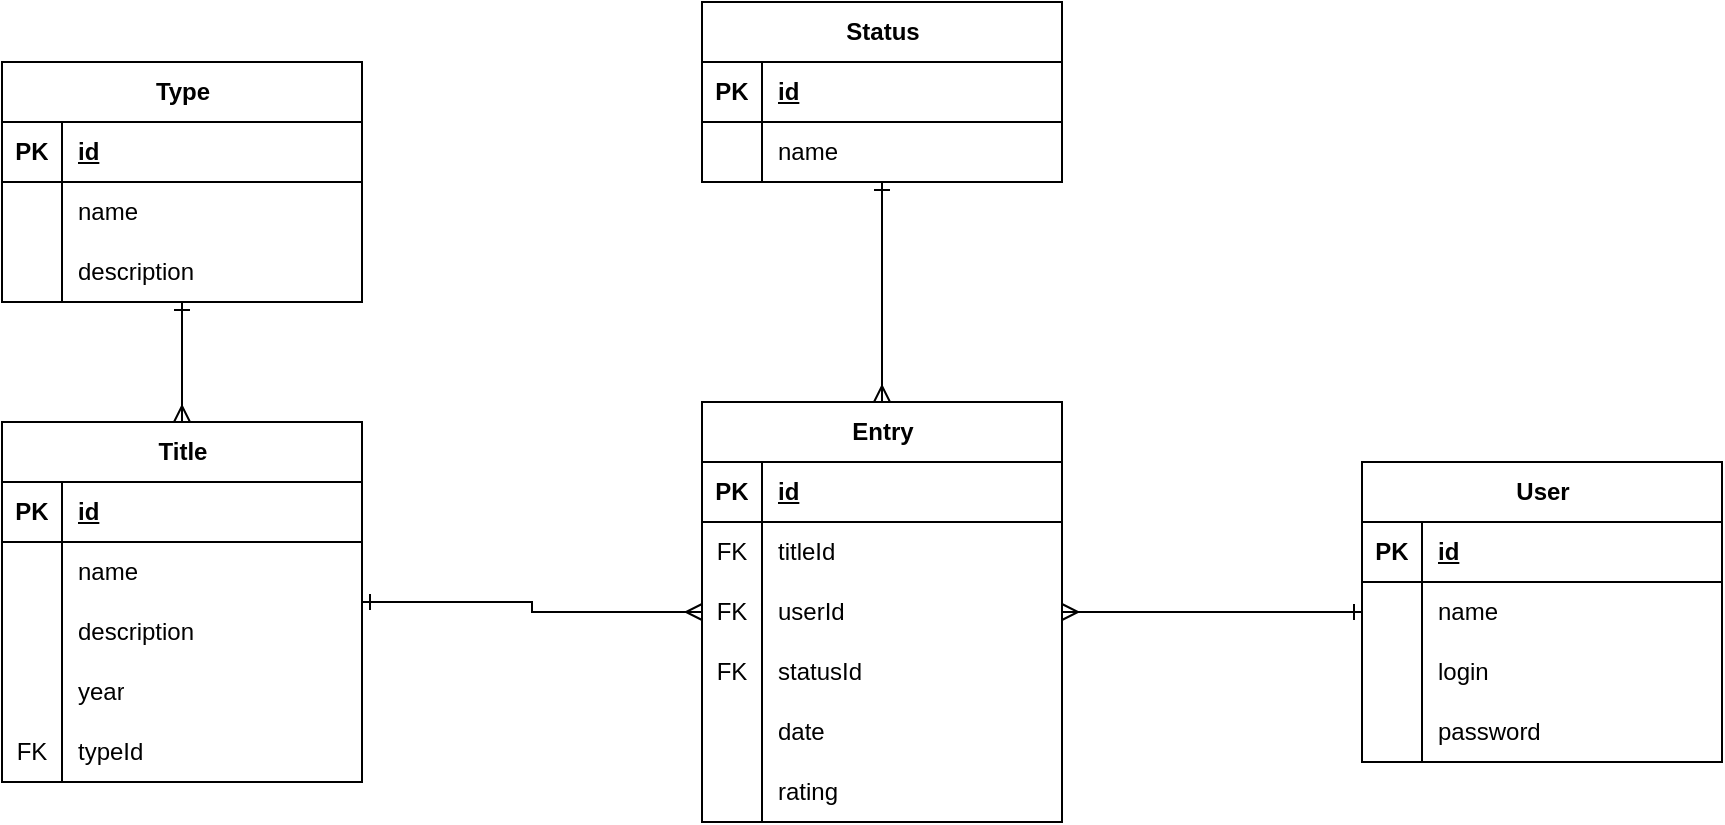
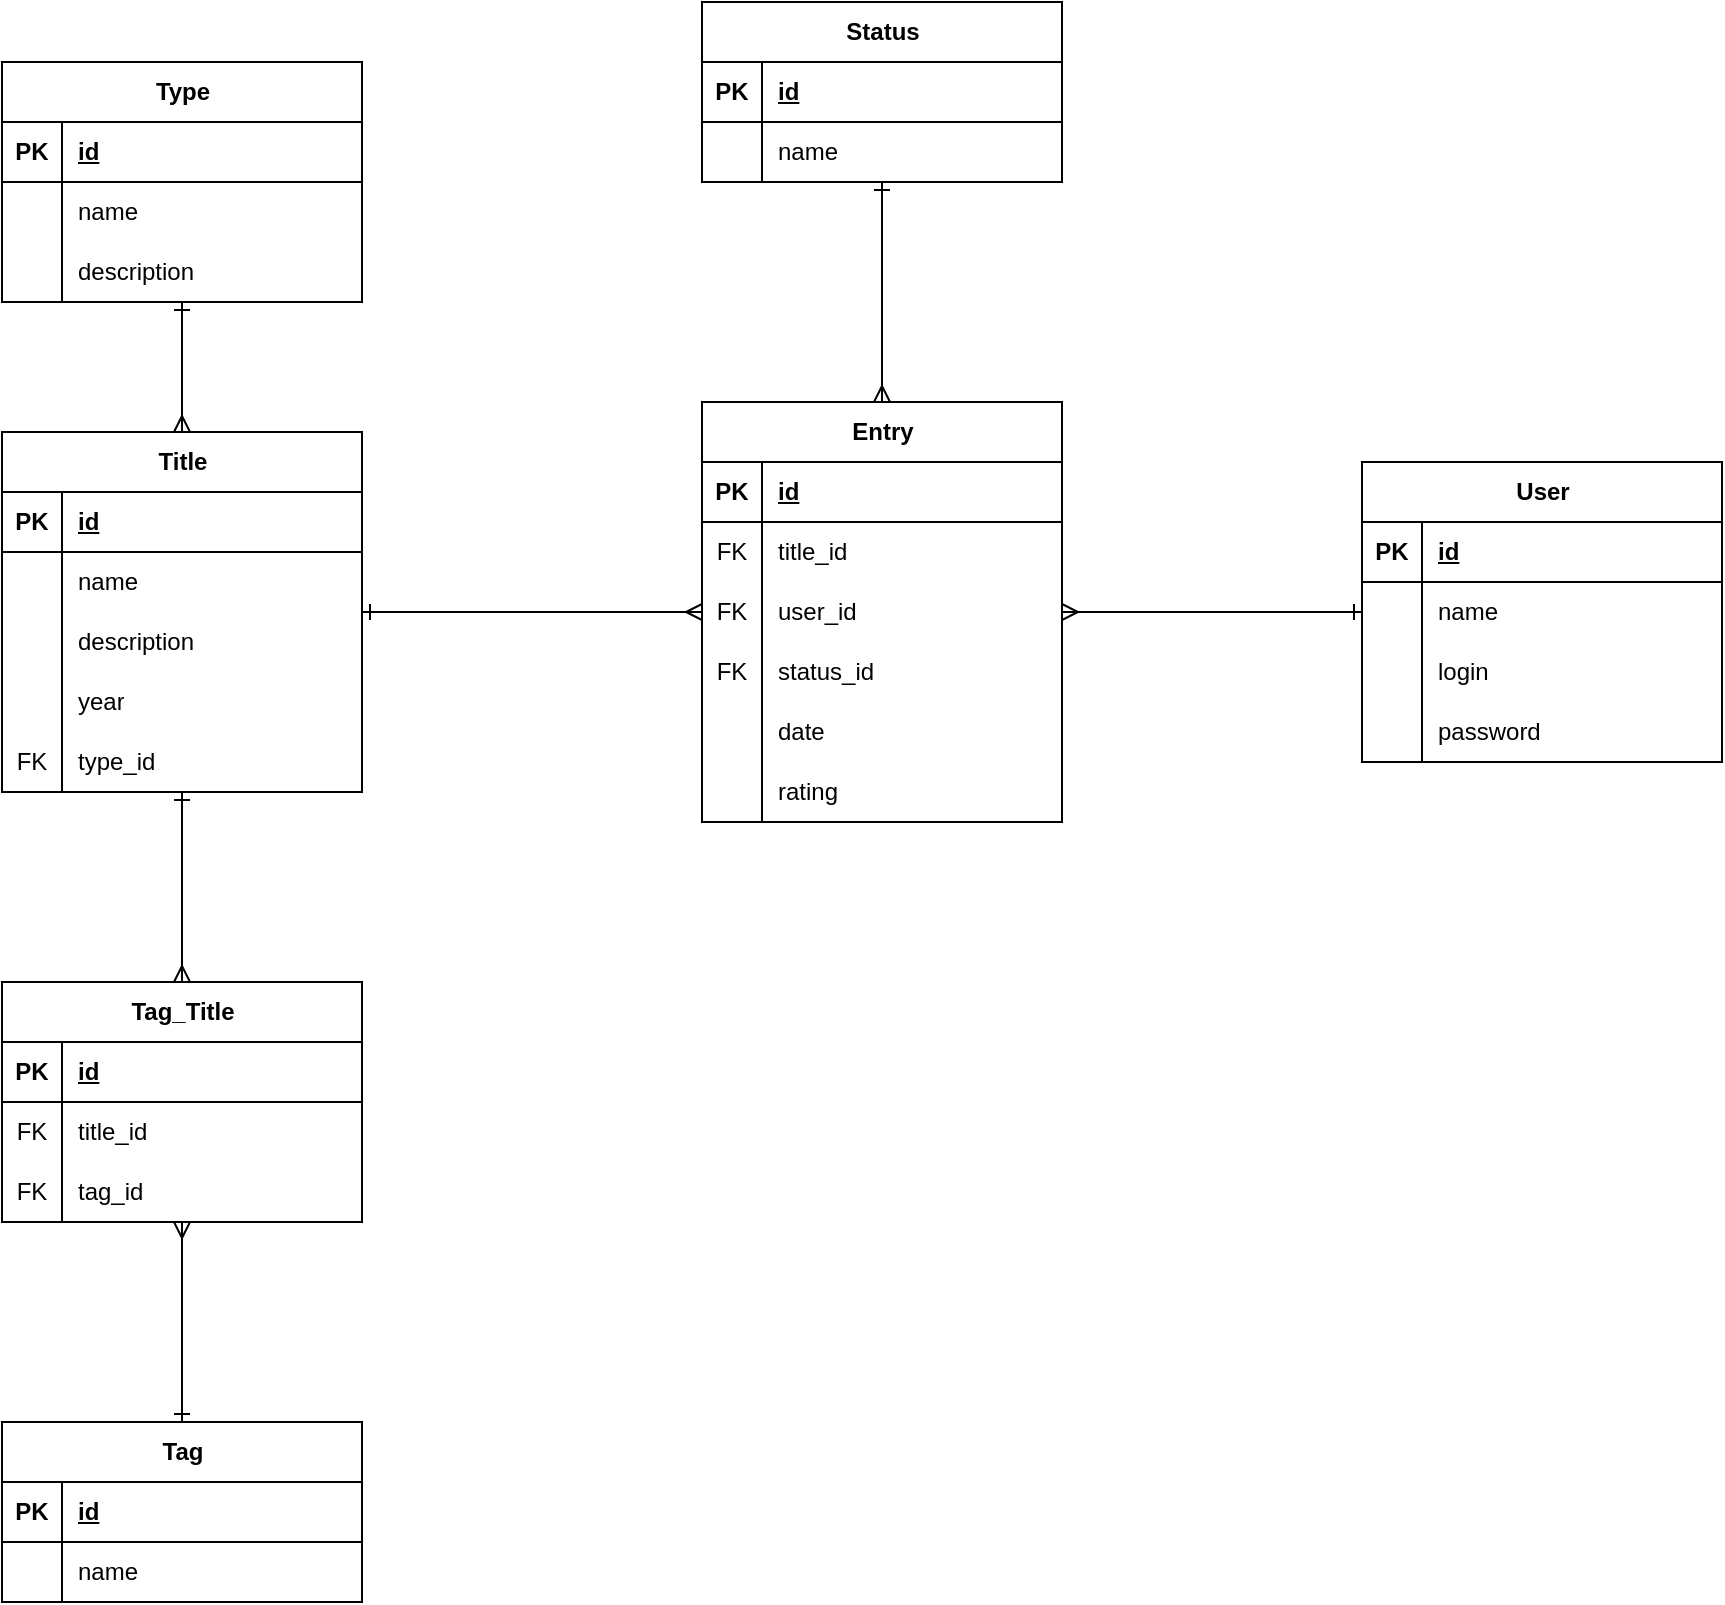
<mxfile host="Electron">
  <diagram name="Page-1" id="UIAP0Rb6fy2qAwrK1eh9">
    <mxGraphModel dx="1414" dy="838" grid="1" gridSize="10" guides="1" tooltips="1" connect="1" arrows="1" fold="1" page="1" pageScale="1" pageWidth="1600" pageHeight="900" math="0" shadow="0">
      <root>
        <mxCell id="0" />
        <mxCell id="1" parent="0" />
        <mxCell id="jYiKfdRUw1l_-2MJucJx-72" edge="1" parent="1" source="jYiKfdRUw1l_-2MJucJx-5" style="edgeStyle=orthogonalEdgeStyle;rounded=0;orthogonalLoop=1;jettySize=auto;html=1;entryX=0;entryY=0.5;entryDx=0;entryDy=0;endArrow=ERmany;endFill=0;startArrow=ERone;startFill=0;" target="jYiKfdRUw1l_-2MJucJx-63">
          <mxGeometry relative="1" as="geometry" />
        </mxCell>
+         <mxCell id="jYiKfdRUw1l_-2MJucJx-118" edge="1" parent="1" source="jYiKfdRUw1l_-2MJucJx-5" style="edgeStyle=orthogonalEdgeStyle;rounded=0;orthogonalLoop=1;jettySize=auto;html=1;entryX=0.5;entryY=0;entryDx=0;entryDy=0;startArrow=ERone;startFill=0;endArrow=ERmany;endFill=0;" target="jYiKfdRUw1l_-2MJucJx-107">
+           <mxGeometry relative="1" as="geometry" />
+         </mxCell>
        <mxCell id="jYiKfdRUw1l_-2MJucJx-5" parent="1" style="shape=table;startSize=30;container=1;collapsible=1;childLayout=tableLayout;fixedRows=1;rowLines=0;fontStyle=1;align=center;resizeLast=1;html=1;" value="Title" vertex="1">
-           <mxGeometry height="180" width="180" x="310" y="240" as="geometry" />
+           <mxGeometry height="180" width="180" x="310" y="245" as="geometry" />
        </mxCell>
        <mxCell id="jYiKfdRUw1l_-2MJucJx-6" parent="jYiKfdRUw1l_-2MJucJx-5" style="shape=tableRow;horizontal=0;startSize=0;swimlaneHead=0;swimlaneBody=0;fillColor=none;collapsible=0;dropTarget=0;points=[[0,0.5],[1,0.5]];portConstraint=eastwest;top=0;left=0;right=0;bottom=1;" value="" vertex="1">
          <mxGeometry height="30" width="180" y="30" as="geometry" />
        </mxCell>
        <mxCell id="jYiKfdRUw1l_-2MJucJx-7" parent="jYiKfdRUw1l_-2MJucJx-6" style="shape=partialRectangle;connectable=0;fillColor=none;top=0;left=0;bottom=0;right=0;fontStyle=1;overflow=hidden;whiteSpace=wrap;html=1;" value="PK" vertex="1">
          <mxGeometry height="30" width="30" as="geometry">
            <mxRectangle height="30" width="30" as="alternateBounds" />
          </mxGeometry>
        </mxCell>
        <mxCell id="jYiKfdRUw1l_-2MJucJx-8" parent="jYiKfdRUw1l_-2MJucJx-6" style="shape=partialRectangle;connectable=0;fillColor=none;top=0;left=0;bottom=0;right=0;align=left;spacingLeft=6;fontStyle=5;overflow=hidden;whiteSpace=wrap;html=1;" value="id" vertex="1">
          <mxGeometry height="30" width="150" x="30" as="geometry">
            <mxRectangle height="30" width="150" as="alternateBounds" />
          </mxGeometry>
        </mxCell>
        <mxCell id="jYiKfdRUw1l_-2MJucJx-9" parent="jYiKfdRUw1l_-2MJucJx-5" style="shape=tableRow;horizontal=0;startSize=0;swimlaneHead=0;swimlaneBody=0;fillColor=none;collapsible=0;dropTarget=0;points=[[0,0.5],[1,0.5]];portConstraint=eastwest;top=0;left=0;right=0;bottom=0;" value="" vertex="1">
          <mxGeometry height="30" width="180" y="60" as="geometry" />
        </mxCell>
        <mxCell id="jYiKfdRUw1l_-2MJucJx-10" parent="jYiKfdRUw1l_-2MJucJx-9" style="shape=partialRectangle;connectable=0;fillColor=none;top=0;left=0;bottom=0;right=0;editable=1;overflow=hidden;whiteSpace=wrap;html=1;" value="" vertex="1">
          <mxGeometry height="30" width="30" as="geometry">
            <mxRectangle height="30" width="30" as="alternateBounds" />
          </mxGeometry>
        </mxCell>
        <mxCell id="jYiKfdRUw1l_-2MJucJx-11" parent="jYiKfdRUw1l_-2MJucJx-9" style="shape=partialRectangle;connectable=0;fillColor=none;top=0;left=0;bottom=0;right=0;align=left;spacingLeft=6;overflow=hidden;whiteSpace=wrap;html=1;" value="name" vertex="1">
          <mxGeometry height="30" width="150" x="30" as="geometry">
            <mxRectangle height="30" width="150" as="alternateBounds" />
          </mxGeometry>
        </mxCell>
        <mxCell id="jYiKfdRUw1l_-2MJucJx-12" parent="jYiKfdRUw1l_-2MJucJx-5" style="shape=tableRow;horizontal=0;startSize=0;swimlaneHead=0;swimlaneBody=0;fillColor=none;collapsible=0;dropTarget=0;points=[[0,0.5],[1,0.5]];portConstraint=eastwest;top=0;left=0;right=0;bottom=0;" value="" vertex="1">
          <mxGeometry height="30" width="180" y="90" as="geometry" />
        </mxCell>
        <mxCell id="jYiKfdRUw1l_-2MJucJx-13" parent="jYiKfdRUw1l_-2MJucJx-12" style="shape=partialRectangle;connectable=0;fillColor=none;top=0;left=0;bottom=0;right=0;editable=1;overflow=hidden;whiteSpace=wrap;html=1;" value="" vertex="1">
          <mxGeometry height="30" width="30" as="geometry">
            <mxRectangle height="30" width="30" as="alternateBounds" />
          </mxGeometry>
        </mxCell>
        <mxCell id="jYiKfdRUw1l_-2MJucJx-14" parent="jYiKfdRUw1l_-2MJucJx-12" style="shape=partialRectangle;connectable=0;fillColor=none;top=0;left=0;bottom=0;right=0;align=left;spacingLeft=6;overflow=hidden;whiteSpace=wrap;html=1;" value="description" vertex="1">
          <mxGeometry height="30" width="150" x="30" as="geometry">
            <mxRectangle height="30" width="150" as="alternateBounds" />
          </mxGeometry>
        </mxCell>
        <mxCell id="jYiKfdRUw1l_-2MJucJx-15" parent="jYiKfdRUw1l_-2MJucJx-5" style="shape=tableRow;horizontal=0;startSize=0;swimlaneHead=0;swimlaneBody=0;fillColor=none;collapsible=0;dropTarget=0;points=[[0,0.5],[1,0.5]];portConstraint=eastwest;top=0;left=0;right=0;bottom=0;" value="" vertex="1">
          <mxGeometry height="30" width="180" y="120" as="geometry" />
        </mxCell>
        <mxCell id="jYiKfdRUw1l_-2MJucJx-16" parent="jYiKfdRUw1l_-2MJucJx-15" style="shape=partialRectangle;connectable=0;fillColor=none;top=0;left=0;bottom=0;right=0;editable=1;overflow=hidden;whiteSpace=wrap;html=1;" value="" vertex="1">
          <mxGeometry height="30" width="30" as="geometry">
            <mxRectangle height="30" width="30" as="alternateBounds" />
          </mxGeometry>
        </mxCell>
        <mxCell id="jYiKfdRUw1l_-2MJucJx-17" parent="jYiKfdRUw1l_-2MJucJx-15" style="shape=partialRectangle;connectable=0;fillColor=none;top=0;left=0;bottom=0;right=0;align=left;spacingLeft=6;overflow=hidden;whiteSpace=wrap;html=1;" value="year" vertex="1">
          <mxGeometry height="30" width="150" x="30" as="geometry">
            <mxRectangle height="30" width="150" as="alternateBounds" />
          </mxGeometry>
        </mxCell>
        <mxCell id="jYiKfdRUw1l_-2MJucJx-37" parent="jYiKfdRUw1l_-2MJucJx-5" style="shape=tableRow;horizontal=0;startSize=0;swimlaneHead=0;swimlaneBody=0;fillColor=none;collapsible=0;dropTarget=0;points=[[0,0.5],[1,0.5]];portConstraint=eastwest;top=0;left=0;right=0;bottom=0;" vertex="1">
          <mxGeometry height="30" width="180" y="150" as="geometry" />
        </mxCell>
        <mxCell id="jYiKfdRUw1l_-2MJucJx-38" parent="jYiKfdRUw1l_-2MJucJx-37" style="shape=partialRectangle;connectable=0;fillColor=none;top=0;left=0;bottom=0;right=0;editable=1;overflow=hidden;whiteSpace=wrap;html=1;" value="FK" vertex="1">
          <mxGeometry height="30" width="30" as="geometry">
            <mxRectangle height="30" width="30" as="alternateBounds" />
          </mxGeometry>
        </mxCell>
-         <mxCell id="jYiKfdRUw1l_-2MJucJx-39" parent="jYiKfdRUw1l_-2MJucJx-37" style="shape=partialRectangle;connectable=0;fillColor=none;top=0;left=0;bottom=0;right=0;align=left;spacingLeft=6;overflow=hidden;whiteSpace=wrap;html=1;" value="typeId" vertex="1">
+         <mxCell id="jYiKfdRUw1l_-2MJucJx-39" parent="jYiKfdRUw1l_-2MJucJx-37" style="shape=partialRectangle;connectable=0;fillColor=none;top=0;left=0;bottom=0;right=0;align=left;spacingLeft=6;overflow=hidden;whiteSpace=wrap;html=1;" value="type_id" vertex="1">
          <mxGeometry height="30" width="150" x="30" as="geometry">
            <mxRectangle height="30" width="150" as="alternateBounds" />
          </mxGeometry>
        </mxCell>
        <mxCell id="jYiKfdRUw1l_-2MJucJx-33" edge="1" parent="1" source="jYiKfdRUw1l_-2MJucJx-18" style="edgeStyle=orthogonalEdgeStyle;rounded=0;orthogonalLoop=1;jettySize=auto;html=1;entryX=0.5;entryY=0;entryDx=0;entryDy=0;endArrow=ERmany;endFill=0;startArrow=ERone;startFill=0;" target="jYiKfdRUw1l_-2MJucJx-5">
          <mxGeometry relative="1" as="geometry" />
        </mxCell>
        <mxCell id="jYiKfdRUw1l_-2MJucJx-18" parent="1" style="shape=table;startSize=30;container=1;collapsible=1;childLayout=tableLayout;fixedRows=1;rowLines=0;fontStyle=1;align=center;resizeLast=1;html=1;" value="Type" vertex="1">
          <mxGeometry height="120" width="180" x="310" y="60" as="geometry" />
        </mxCell>
        <mxCell id="jYiKfdRUw1l_-2MJucJx-19" parent="jYiKfdRUw1l_-2MJucJx-18" style="shape=tableRow;horizontal=0;startSize=0;swimlaneHead=0;swimlaneBody=0;fillColor=none;collapsible=0;dropTarget=0;points=[[0,0.5],[1,0.5]];portConstraint=eastwest;top=0;left=0;right=0;bottom=1;" value="" vertex="1">
          <mxGeometry height="30" width="180" y="30" as="geometry" />
        </mxCell>
        <mxCell id="jYiKfdRUw1l_-2MJucJx-20" parent="jYiKfdRUw1l_-2MJucJx-19" style="shape=partialRectangle;connectable=0;fillColor=none;top=0;left=0;bottom=0;right=0;fontStyle=1;overflow=hidden;whiteSpace=wrap;html=1;" value="PK" vertex="1">
          <mxGeometry height="30" width="30" as="geometry">
            <mxRectangle height="30" width="30" as="alternateBounds" />
          </mxGeometry>
        </mxCell>
        <mxCell id="jYiKfdRUw1l_-2MJucJx-21" parent="jYiKfdRUw1l_-2MJucJx-19" style="shape=partialRectangle;connectable=0;fillColor=none;top=0;left=0;bottom=0;right=0;align=left;spacingLeft=6;fontStyle=5;overflow=hidden;whiteSpace=wrap;html=1;" value="id" vertex="1">
          <mxGeometry height="30" width="150" x="30" as="geometry">
            <mxRectangle height="30" width="150" as="alternateBounds" />
          </mxGeometry>
        </mxCell>
        <mxCell id="jYiKfdRUw1l_-2MJucJx-22" parent="jYiKfdRUw1l_-2MJucJx-18" style="shape=tableRow;horizontal=0;startSize=0;swimlaneHead=0;swimlaneBody=0;fillColor=none;collapsible=0;dropTarget=0;points=[[0,0.5],[1,0.5]];portConstraint=eastwest;top=0;left=0;right=0;bottom=0;" value="" vertex="1">
          <mxGeometry height="30" width="180" y="60" as="geometry" />
        </mxCell>
        <mxCell id="jYiKfdRUw1l_-2MJucJx-23" parent="jYiKfdRUw1l_-2MJucJx-22" style="shape=partialRectangle;connectable=0;fillColor=none;top=0;left=0;bottom=0;right=0;editable=1;overflow=hidden;whiteSpace=wrap;html=1;" value="" vertex="1">
          <mxGeometry height="30" width="30" as="geometry">
            <mxRectangle height="30" width="30" as="alternateBounds" />
          </mxGeometry>
        </mxCell>
        <mxCell id="jYiKfdRUw1l_-2MJucJx-24" parent="jYiKfdRUw1l_-2MJucJx-22" style="shape=partialRectangle;connectable=0;fillColor=none;top=0;left=0;bottom=0;right=0;align=left;spacingLeft=6;overflow=hidden;whiteSpace=wrap;html=1;" value="name" vertex="1">
          <mxGeometry height="30" width="150" x="30" as="geometry">
            <mxRectangle height="30" width="150" as="alternateBounds" />
          </mxGeometry>
        </mxCell>
        <mxCell id="jYiKfdRUw1l_-2MJucJx-25" parent="jYiKfdRUw1l_-2MJucJx-18" style="shape=tableRow;horizontal=0;startSize=0;swimlaneHead=0;swimlaneBody=0;fillColor=none;collapsible=0;dropTarget=0;points=[[0,0.5],[1,0.5]];portConstraint=eastwest;top=0;left=0;right=0;bottom=0;" value="" vertex="1">
          <mxGeometry height="30" width="180" y="90" as="geometry" />
        </mxCell>
        <mxCell id="jYiKfdRUw1l_-2MJucJx-26" parent="jYiKfdRUw1l_-2MJucJx-25" style="shape=partialRectangle;connectable=0;fillColor=none;top=0;left=0;bottom=0;right=0;editable=1;overflow=hidden;whiteSpace=wrap;html=1;" value="" vertex="1">
          <mxGeometry height="30" width="30" as="geometry">
            <mxRectangle height="30" width="30" as="alternateBounds" />
          </mxGeometry>
        </mxCell>
        <mxCell id="jYiKfdRUw1l_-2MJucJx-27" parent="jYiKfdRUw1l_-2MJucJx-25" style="shape=partialRectangle;connectable=0;fillColor=none;top=0;left=0;bottom=0;right=0;align=left;spacingLeft=6;overflow=hidden;whiteSpace=wrap;html=1;" value="description" vertex="1">
          <mxGeometry height="30" width="150" x="30" as="geometry">
            <mxRectangle height="30" width="150" as="alternateBounds" />
          </mxGeometry>
        </mxCell>
        <mxCell id="jYiKfdRUw1l_-2MJucJx-40" parent="1" style="shape=table;startSize=30;container=1;collapsible=1;childLayout=tableLayout;fixedRows=1;rowLines=0;fontStyle=1;align=center;resizeLast=1;html=1;" value="User" vertex="1">
          <mxGeometry height="150" width="180" x="990" y="260" as="geometry" />
        </mxCell>
        <mxCell id="jYiKfdRUw1l_-2MJucJx-41" parent="jYiKfdRUw1l_-2MJucJx-40" style="shape=tableRow;horizontal=0;startSize=0;swimlaneHead=0;swimlaneBody=0;fillColor=none;collapsible=0;dropTarget=0;points=[[0,0.5],[1,0.5]];portConstraint=eastwest;top=0;left=0;right=0;bottom=1;" value="" vertex="1">
          <mxGeometry height="30" width="180" y="30" as="geometry" />
        </mxCell>
        <mxCell id="jYiKfdRUw1l_-2MJucJx-42" parent="jYiKfdRUw1l_-2MJucJx-41" style="shape=partialRectangle;connectable=0;fillColor=none;top=0;left=0;bottom=0;right=0;fontStyle=1;overflow=hidden;whiteSpace=wrap;html=1;" value="PK" vertex="1">
          <mxGeometry height="30" width="30" as="geometry">
            <mxRectangle height="30" width="30" as="alternateBounds" />
          </mxGeometry>
        </mxCell>
        <mxCell id="jYiKfdRUw1l_-2MJucJx-43" parent="jYiKfdRUw1l_-2MJucJx-41" style="shape=partialRectangle;connectable=0;fillColor=none;top=0;left=0;bottom=0;right=0;align=left;spacingLeft=6;fontStyle=5;overflow=hidden;whiteSpace=wrap;html=1;" value="id" vertex="1">
          <mxGeometry height="30" width="150" x="30" as="geometry">
            <mxRectangle height="30" width="150" as="alternateBounds" />
          </mxGeometry>
        </mxCell>
        <mxCell id="jYiKfdRUw1l_-2MJucJx-44" parent="jYiKfdRUw1l_-2MJucJx-40" style="shape=tableRow;horizontal=0;startSize=0;swimlaneHead=0;swimlaneBody=0;fillColor=none;collapsible=0;dropTarget=0;points=[[0,0.5],[1,0.5]];portConstraint=eastwest;top=0;left=0;right=0;bottom=0;" value="" vertex="1">
          <mxGeometry height="30" width="180" y="60" as="geometry" />
        </mxCell>
        <mxCell id="jYiKfdRUw1l_-2MJucJx-45" parent="jYiKfdRUw1l_-2MJucJx-44" style="shape=partialRectangle;connectable=0;fillColor=none;top=0;left=0;bottom=0;right=0;editable=1;overflow=hidden;whiteSpace=wrap;html=1;" value="" vertex="1">
          <mxGeometry height="30" width="30" as="geometry">
            <mxRectangle height="30" width="30" as="alternateBounds" />
          </mxGeometry>
        </mxCell>
        <mxCell id="jYiKfdRUw1l_-2MJucJx-46" parent="jYiKfdRUw1l_-2MJucJx-44" style="shape=partialRectangle;connectable=0;fillColor=none;top=0;left=0;bottom=0;right=0;align=left;spacingLeft=6;overflow=hidden;whiteSpace=wrap;html=1;" value="name" vertex="1">
          <mxGeometry height="30" width="150" x="30" as="geometry">
            <mxRectangle height="30" width="150" as="alternateBounds" />
          </mxGeometry>
        </mxCell>
        <mxCell id="jYiKfdRUw1l_-2MJucJx-90" parent="jYiKfdRUw1l_-2MJucJx-40" style="shape=tableRow;horizontal=0;startSize=0;swimlaneHead=0;swimlaneBody=0;fillColor=none;collapsible=0;dropTarget=0;points=[[0,0.5],[1,0.5]];portConstraint=eastwest;top=0;left=0;right=0;bottom=0;" vertex="1">
          <mxGeometry height="30" width="180" y="90" as="geometry" />
        </mxCell>
        <mxCell id="jYiKfdRUw1l_-2MJucJx-91" parent="jYiKfdRUw1l_-2MJucJx-90" style="shape=partialRectangle;connectable=0;fillColor=none;top=0;left=0;bottom=0;right=0;editable=1;overflow=hidden;whiteSpace=wrap;html=1;" vertex="1">
          <mxGeometry height="30" width="30" as="geometry">
            <mxRectangle height="30" width="30" as="alternateBounds" />
          </mxGeometry>
        </mxCell>
        <mxCell id="jYiKfdRUw1l_-2MJucJx-92" parent="jYiKfdRUw1l_-2MJucJx-90" style="shape=partialRectangle;connectable=0;fillColor=none;top=0;left=0;bottom=0;right=0;align=left;spacingLeft=6;overflow=hidden;whiteSpace=wrap;html=1;" value="login" vertex="1">
          <mxGeometry height="30" width="150" x="30" as="geometry">
            <mxRectangle height="30" width="150" as="alternateBounds" />
          </mxGeometry>
        </mxCell>
        <mxCell id="jYiKfdRUw1l_-2MJucJx-47" parent="jYiKfdRUw1l_-2MJucJx-40" style="shape=tableRow;horizontal=0;startSize=0;swimlaneHead=0;swimlaneBody=0;fillColor=none;collapsible=0;dropTarget=0;points=[[0,0.5],[1,0.5]];portConstraint=eastwest;top=0;left=0;right=0;bottom=0;" value="" vertex="1">
          <mxGeometry height="30" width="180" y="120" as="geometry" />
        </mxCell>
        <mxCell id="jYiKfdRUw1l_-2MJucJx-48" parent="jYiKfdRUw1l_-2MJucJx-47" style="shape=partialRectangle;connectable=0;fillColor=none;top=0;left=0;bottom=0;right=0;editable=1;overflow=hidden;whiteSpace=wrap;html=1;" value="" vertex="1">
          <mxGeometry height="30" width="30" as="geometry">
            <mxRectangle height="30" width="30" as="alternateBounds" />
          </mxGeometry>
        </mxCell>
        <mxCell id="jYiKfdRUw1l_-2MJucJx-49" parent="jYiKfdRUw1l_-2MJucJx-47" style="shape=partialRectangle;connectable=0;fillColor=none;top=0;left=0;bottom=0;right=0;align=left;spacingLeft=6;overflow=hidden;whiteSpace=wrap;html=1;" value="password" vertex="1">
          <mxGeometry height="30" width="150" x="30" as="geometry">
            <mxRectangle height="30" width="150" as="alternateBounds" />
          </mxGeometry>
        </mxCell>
        <mxCell id="jYiKfdRUw1l_-2MJucJx-56" parent="1" style="shape=table;startSize=30;container=1;collapsible=1;childLayout=tableLayout;fixedRows=1;rowLines=0;fontStyle=1;align=center;resizeLast=1;html=1;" value="Entry" vertex="1">
          <mxGeometry height="210" width="180" x="660" y="230" as="geometry" />
        </mxCell>
        <mxCell id="jYiKfdRUw1l_-2MJucJx-57" parent="jYiKfdRUw1l_-2MJucJx-56" style="shape=tableRow;horizontal=0;startSize=0;swimlaneHead=0;swimlaneBody=0;fillColor=none;collapsible=0;dropTarget=0;points=[[0,0.5],[1,0.5]];portConstraint=eastwest;top=0;left=0;right=0;bottom=1;" value="" vertex="1">
          <mxGeometry height="30" width="180" y="30" as="geometry" />
        </mxCell>
        <mxCell id="jYiKfdRUw1l_-2MJucJx-58" parent="jYiKfdRUw1l_-2MJucJx-57" style="shape=partialRectangle;connectable=0;fillColor=none;top=0;left=0;bottom=0;right=0;fontStyle=1;overflow=hidden;whiteSpace=wrap;html=1;" value="PK" vertex="1">
          <mxGeometry height="30" width="30" as="geometry">
            <mxRectangle height="30" width="30" as="alternateBounds" />
          </mxGeometry>
        </mxCell>
        <mxCell id="jYiKfdRUw1l_-2MJucJx-59" parent="jYiKfdRUw1l_-2MJucJx-57" style="shape=partialRectangle;connectable=0;fillColor=none;top=0;left=0;bottom=0;right=0;align=left;spacingLeft=6;fontStyle=5;overflow=hidden;whiteSpace=wrap;html=1;" value="id" vertex="1">
          <mxGeometry height="30" width="150" x="30" as="geometry">
            <mxRectangle height="30" width="150" as="alternateBounds" />
          </mxGeometry>
        </mxCell>
        <mxCell id="jYiKfdRUw1l_-2MJucJx-60" parent="jYiKfdRUw1l_-2MJucJx-56" style="shape=tableRow;horizontal=0;startSize=0;swimlaneHead=0;swimlaneBody=0;fillColor=none;collapsible=0;dropTarget=0;points=[[0,0.5],[1,0.5]];portConstraint=eastwest;top=0;left=0;right=0;bottom=0;" value="" vertex="1">
          <mxGeometry height="30" width="180" y="60" as="geometry" />
        </mxCell>
        <mxCell id="jYiKfdRUw1l_-2MJucJx-61" parent="jYiKfdRUw1l_-2MJucJx-60" style="shape=partialRectangle;connectable=0;fillColor=none;top=0;left=0;bottom=0;right=0;editable=1;overflow=hidden;whiteSpace=wrap;html=1;" value="FK" vertex="1">
          <mxGeometry height="30" width="30" as="geometry">
            <mxRectangle height="30" width="30" as="alternateBounds" />
          </mxGeometry>
        </mxCell>
-         <mxCell id="jYiKfdRUw1l_-2MJucJx-62" parent="jYiKfdRUw1l_-2MJucJx-60" style="shape=partialRectangle;connectable=0;fillColor=none;top=0;left=0;bottom=0;right=0;align=left;spacingLeft=6;overflow=hidden;whiteSpace=wrap;html=1;" value="titleId" vertex="1">
+         <mxCell id="jYiKfdRUw1l_-2MJucJx-62" parent="jYiKfdRUw1l_-2MJucJx-60" style="shape=partialRectangle;connectable=0;fillColor=none;top=0;left=0;bottom=0;right=0;align=left;spacingLeft=6;overflow=hidden;whiteSpace=wrap;html=1;" value="title_i&lt;span style=&quot;background-color: transparent; color: light-dark(rgb(0, 0, 0), rgb(255, 255, 255));&quot;&gt;d&lt;/span&gt;" vertex="1">
          <mxGeometry height="30" width="150" x="30" as="geometry">
            <mxRectangle height="30" width="150" as="alternateBounds" />
          </mxGeometry>
        </mxCell>
        <mxCell id="jYiKfdRUw1l_-2MJucJx-63" parent="jYiKfdRUw1l_-2MJucJx-56" style="shape=tableRow;horizontal=0;startSize=0;swimlaneHead=0;swimlaneBody=0;fillColor=none;collapsible=0;dropTarget=0;points=[[0,0.5],[1,0.5]];portConstraint=eastwest;top=0;left=0;right=0;bottom=0;" value="" vertex="1">
          <mxGeometry height="30" width="180" y="90" as="geometry" />
        </mxCell>
        <mxCell id="jYiKfdRUw1l_-2MJucJx-64" parent="jYiKfdRUw1l_-2MJucJx-63" style="shape=partialRectangle;connectable=0;fillColor=none;top=0;left=0;bottom=0;right=0;editable=1;overflow=hidden;whiteSpace=wrap;html=1;" value="FK" vertex="1">
          <mxGeometry height="30" width="30" as="geometry">
            <mxRectangle height="30" width="30" as="alternateBounds" />
          </mxGeometry>
        </mxCell>
-         <mxCell id="jYiKfdRUw1l_-2MJucJx-65" parent="jYiKfdRUw1l_-2MJucJx-63" style="shape=partialRectangle;connectable=0;fillColor=none;top=0;left=0;bottom=0;right=0;align=left;spacingLeft=6;overflow=hidden;whiteSpace=wrap;html=1;" value="userId" vertex="1">
+         <mxCell id="jYiKfdRUw1l_-2MJucJx-65" parent="jYiKfdRUw1l_-2MJucJx-63" style="shape=partialRectangle;connectable=0;fillColor=none;top=0;left=0;bottom=0;right=0;align=left;spacingLeft=6;overflow=hidden;whiteSpace=wrap;html=1;" value="user_id" vertex="1">
          <mxGeometry height="30" width="150" x="30" as="geometry">
            <mxRectangle height="30" width="150" as="alternateBounds" />
          </mxGeometry>
        </mxCell>
        <mxCell id="jYiKfdRUw1l_-2MJucJx-66" parent="jYiKfdRUw1l_-2MJucJx-56" style="shape=tableRow;horizontal=0;startSize=0;swimlaneHead=0;swimlaneBody=0;fillColor=none;collapsible=0;dropTarget=0;points=[[0,0.5],[1,0.5]];portConstraint=eastwest;top=0;left=0;right=0;bottom=0;" value="" vertex="1">
          <mxGeometry height="30" width="180" y="120" as="geometry" />
        </mxCell>
        <mxCell id="jYiKfdRUw1l_-2MJucJx-67" parent="jYiKfdRUw1l_-2MJucJx-66" style="shape=partialRectangle;connectable=0;fillColor=none;top=0;left=0;bottom=0;right=0;editable=1;overflow=hidden;whiteSpace=wrap;html=1;" value="FK" vertex="1">
          <mxGeometry height="30" width="30" as="geometry">
            <mxRectangle height="30" width="30" as="alternateBounds" />
          </mxGeometry>
        </mxCell>
-         <mxCell id="jYiKfdRUw1l_-2MJucJx-68" parent="jYiKfdRUw1l_-2MJucJx-66" style="shape=partialRectangle;connectable=0;fillColor=none;top=0;left=0;bottom=0;right=0;align=left;spacingLeft=6;overflow=hidden;whiteSpace=wrap;html=1;" value="statusId" vertex="1">
+         <mxCell id="jYiKfdRUw1l_-2MJucJx-68" parent="jYiKfdRUw1l_-2MJucJx-66" style="shape=partialRectangle;connectable=0;fillColor=none;top=0;left=0;bottom=0;right=0;align=left;spacingLeft=6;overflow=hidden;whiteSpace=wrap;html=1;" value="status_id" vertex="1">
          <mxGeometry height="30" width="150" x="30" as="geometry">
            <mxRectangle height="30" width="150" as="alternateBounds" />
          </mxGeometry>
        </mxCell>
        <mxCell id="jYiKfdRUw1l_-2MJucJx-69" parent="jYiKfdRUw1l_-2MJucJx-56" style="shape=tableRow;horizontal=0;startSize=0;swimlaneHead=0;swimlaneBody=0;fillColor=none;collapsible=0;dropTarget=0;points=[[0,0.5],[1,0.5]];portConstraint=eastwest;top=0;left=0;right=0;bottom=0;" vertex="1">
          <mxGeometry height="30" width="180" y="150" as="geometry" />
        </mxCell>
        <mxCell id="jYiKfdRUw1l_-2MJucJx-70" parent="jYiKfdRUw1l_-2MJucJx-69" style="shape=partialRectangle;connectable=0;fillColor=none;top=0;left=0;bottom=0;right=0;editable=1;overflow=hidden;whiteSpace=wrap;html=1;" value="" vertex="1">
          <mxGeometry height="30" width="30" as="geometry">
            <mxRectangle height="30" width="30" as="alternateBounds" />
          </mxGeometry>
        </mxCell>
        <mxCell id="jYiKfdRUw1l_-2MJucJx-71" parent="jYiKfdRUw1l_-2MJucJx-69" style="shape=partialRectangle;connectable=0;fillColor=none;top=0;left=0;bottom=0;right=0;align=left;spacingLeft=6;overflow=hidden;whiteSpace=wrap;html=1;" value="date" vertex="1">
          <mxGeometry height="30" width="150" x="30" as="geometry">
            <mxRectangle height="30" width="150" as="alternateBounds" />
          </mxGeometry>
        </mxCell>
        <mxCell id="jYiKfdRUw1l_-2MJucJx-87" parent="jYiKfdRUw1l_-2MJucJx-56" style="shape=tableRow;horizontal=0;startSize=0;swimlaneHead=0;swimlaneBody=0;fillColor=none;collapsible=0;dropTarget=0;points=[[0,0.5],[1,0.5]];portConstraint=eastwest;top=0;left=0;right=0;bottom=0;" vertex="1">
          <mxGeometry height="30" width="180" y="180" as="geometry" />
        </mxCell>
        <mxCell id="jYiKfdRUw1l_-2MJucJx-88" parent="jYiKfdRUw1l_-2MJucJx-87" style="shape=partialRectangle;connectable=0;fillColor=none;top=0;left=0;bottom=0;right=0;editable=1;overflow=hidden;whiteSpace=wrap;html=1;" vertex="1">
          <mxGeometry height="30" width="30" as="geometry">
            <mxRectangle height="30" width="30" as="alternateBounds" />
          </mxGeometry>
        </mxCell>
        <mxCell id="jYiKfdRUw1l_-2MJucJx-89" parent="jYiKfdRUw1l_-2MJucJx-87" style="shape=partialRectangle;connectable=0;fillColor=none;top=0;left=0;bottom=0;right=0;align=left;spacingLeft=6;overflow=hidden;whiteSpace=wrap;html=1;" value="rating" vertex="1">
          <mxGeometry height="30" width="150" x="30" as="geometry">
            <mxRectangle height="30" width="150" as="alternateBounds" />
          </mxGeometry>
        </mxCell>
        <mxCell id="jYiKfdRUw1l_-2MJucJx-73" edge="1" parent="1" source="jYiKfdRUw1l_-2MJucJx-44" style="edgeStyle=orthogonalEdgeStyle;rounded=0;orthogonalLoop=1;jettySize=auto;html=1;entryX=1;entryY=0.5;entryDx=0;entryDy=0;endArrow=ERmany;endFill=0;startArrow=ERone;startFill=0;exitX=0;exitY=0.5;exitDx=0;exitDy=0;" target="jYiKfdRUw1l_-2MJucJx-63">
          <mxGeometry relative="1" as="geometry">
            <mxPoint x="950" y="460" as="sourcePoint" />
          </mxGeometry>
        </mxCell>
        <mxCell id="jYiKfdRUw1l_-2MJucJx-86" edge="1" parent="1" source="jYiKfdRUw1l_-2MJucJx-74" style="edgeStyle=orthogonalEdgeStyle;rounded=0;orthogonalLoop=1;jettySize=auto;html=1;entryX=0.5;entryY=0;entryDx=0;entryDy=0;startArrow=ERone;startFill=0;endArrow=ERmany;endFill=0;" target="jYiKfdRUw1l_-2MJucJx-56">
          <mxGeometry relative="1" as="geometry" />
        </mxCell>
        <mxCell id="jYiKfdRUw1l_-2MJucJx-74" parent="1" style="shape=table;startSize=30;container=1;collapsible=1;childLayout=tableLayout;fixedRows=1;rowLines=0;fontStyle=1;align=center;resizeLast=1;html=1;" value="Status" vertex="1">
          <mxGeometry height="90" width="180" x="660" y="30" as="geometry" />
        </mxCell>
        <mxCell id="jYiKfdRUw1l_-2MJucJx-75" parent="jYiKfdRUw1l_-2MJucJx-74" style="shape=tableRow;horizontal=0;startSize=0;swimlaneHead=0;swimlaneBody=0;fillColor=none;collapsible=0;dropTarget=0;points=[[0,0.5],[1,0.5]];portConstraint=eastwest;top=0;left=0;right=0;bottom=1;" value="" vertex="1">
          <mxGeometry height="30" width="180" y="30" as="geometry" />
        </mxCell>
        <mxCell id="jYiKfdRUw1l_-2MJucJx-76" parent="jYiKfdRUw1l_-2MJucJx-75" style="shape=partialRectangle;connectable=0;fillColor=none;top=0;left=0;bottom=0;right=0;fontStyle=1;overflow=hidden;whiteSpace=wrap;html=1;" value="PK" vertex="1">
          <mxGeometry height="30" width="30" as="geometry">
            <mxRectangle height="30" width="30" as="alternateBounds" />
          </mxGeometry>
        </mxCell>
        <mxCell id="jYiKfdRUw1l_-2MJucJx-77" parent="jYiKfdRUw1l_-2MJucJx-75" style="shape=partialRectangle;connectable=0;fillColor=none;top=0;left=0;bottom=0;right=0;align=left;spacingLeft=6;fontStyle=5;overflow=hidden;whiteSpace=wrap;html=1;" value="id" vertex="1">
          <mxGeometry height="30" width="150" x="30" as="geometry">
            <mxRectangle height="30" width="150" as="alternateBounds" />
          </mxGeometry>
        </mxCell>
        <mxCell id="jYiKfdRUw1l_-2MJucJx-78" parent="jYiKfdRUw1l_-2MJucJx-74" style="shape=tableRow;horizontal=0;startSize=0;swimlaneHead=0;swimlaneBody=0;fillColor=none;collapsible=0;dropTarget=0;points=[[0,0.5],[1,0.5]];portConstraint=eastwest;top=0;left=0;right=0;bottom=0;" value="" vertex="1">
          <mxGeometry height="30" width="180" y="60" as="geometry" />
        </mxCell>
        <mxCell id="jYiKfdRUw1l_-2MJucJx-79" parent="jYiKfdRUw1l_-2MJucJx-78" style="shape=partialRectangle;connectable=0;fillColor=none;top=0;left=0;bottom=0;right=0;editable=1;overflow=hidden;whiteSpace=wrap;html=1;" value="" vertex="1">
          <mxGeometry height="30" width="30" as="geometry">
            <mxRectangle height="30" width="30" as="alternateBounds" />
          </mxGeometry>
        </mxCell>
        <mxCell id="jYiKfdRUw1l_-2MJucJx-80" parent="jYiKfdRUw1l_-2MJucJx-78" style="shape=partialRectangle;connectable=0;fillColor=none;top=0;left=0;bottom=0;right=0;align=left;spacingLeft=6;overflow=hidden;whiteSpace=wrap;html=1;" value="name" vertex="1">
+           <mxGeometry height="30" width="150" x="30" as="geometry">
+             <mxRectangle height="30" width="150" as="alternateBounds" />
+           </mxGeometry>
+         </mxCell>
+         <mxCell id="jYiKfdRUw1l_-2MJucJx-93" parent="1" style="shape=table;startSize=30;container=1;collapsible=1;childLayout=tableLayout;fixedRows=1;rowLines=0;fontStyle=1;align=center;resizeLast=1;html=1;" value="Tag" vertex="1">
+           <mxGeometry height="90" width="180" x="310" y="740" as="geometry" />
+         </mxCell>
+         <mxCell id="jYiKfdRUw1l_-2MJucJx-94" parent="jYiKfdRUw1l_-2MJucJx-93" style="shape=tableRow;horizontal=0;startSize=0;swimlaneHead=0;swimlaneBody=0;fillColor=none;collapsible=0;dropTarget=0;points=[[0,0.5],[1,0.5]];portConstraint=eastwest;top=0;left=0;right=0;bottom=1;" value="" vertex="1">
+           <mxGeometry height="30" width="180" y="30" as="geometry" />
+         </mxCell>
+         <mxCell id="jYiKfdRUw1l_-2MJucJx-95" parent="jYiKfdRUw1l_-2MJucJx-94" style="shape=partialRectangle;connectable=0;fillColor=none;top=0;left=0;bottom=0;right=0;fontStyle=1;overflow=hidden;whiteSpace=wrap;html=1;" value="PK" vertex="1">
+           <mxGeometry height="30" width="30" as="geometry">
+             <mxRectangle height="30" width="30" as="alternateBounds" />
+           </mxGeometry>
+         </mxCell>
+         <mxCell id="jYiKfdRUw1l_-2MJucJx-96" parent="jYiKfdRUw1l_-2MJucJx-94" style="shape=partialRectangle;connectable=0;fillColor=none;top=0;left=0;bottom=0;right=0;align=left;spacingLeft=6;fontStyle=5;overflow=hidden;whiteSpace=wrap;html=1;" value="id" vertex="1">
+           <mxGeometry height="30" width="150" x="30" as="geometry">
+             <mxRectangle height="30" width="150" as="alternateBounds" />
+           </mxGeometry>
+         </mxCell>
+         <mxCell id="jYiKfdRUw1l_-2MJucJx-97" parent="jYiKfdRUw1l_-2MJucJx-93" style="shape=tableRow;horizontal=0;startSize=0;swimlaneHead=0;swimlaneBody=0;fillColor=none;collapsible=0;dropTarget=0;points=[[0,0.5],[1,0.5]];portConstraint=eastwest;top=0;left=0;right=0;bottom=0;" value="" vertex="1">
+           <mxGeometry height="30" width="180" y="60" as="geometry" />
+         </mxCell>
+         <mxCell id="jYiKfdRUw1l_-2MJucJx-98" parent="jYiKfdRUw1l_-2MJucJx-97" style="shape=partialRectangle;connectable=0;fillColor=none;top=0;left=0;bottom=0;right=0;editable=1;overflow=hidden;whiteSpace=wrap;html=1;" value="" vertex="1">
+           <mxGeometry height="30" width="30" as="geometry">
+             <mxRectangle height="30" width="30" as="alternateBounds" />
+           </mxGeometry>
+         </mxCell>
+         <mxCell id="jYiKfdRUw1l_-2MJucJx-99" parent="jYiKfdRUw1l_-2MJucJx-97" style="shape=partialRectangle;connectable=0;fillColor=none;top=0;left=0;bottom=0;right=0;align=left;spacingLeft=6;overflow=hidden;whiteSpace=wrap;html=1;" value="name" vertex="1">
+           <mxGeometry height="30" width="150" x="30" as="geometry">
+             <mxRectangle height="30" width="150" as="alternateBounds" />
+           </mxGeometry>
+         </mxCell>
+         <mxCell id="jYiKfdRUw1l_-2MJucJx-120" edge="1" parent="1" source="jYiKfdRUw1l_-2MJucJx-107" style="edgeStyle=orthogonalEdgeStyle;rounded=0;orthogonalLoop=1;jettySize=auto;html=1;entryX=0.5;entryY=0;entryDx=0;entryDy=0;endArrow=ERone;endFill=0;startArrow=ERmany;startFill=0;" target="jYiKfdRUw1l_-2MJucJx-93">
+           <mxGeometry relative="1" as="geometry" />
+         </mxCell>
+         <mxCell id="jYiKfdRUw1l_-2MJucJx-107" parent="1" style="shape=table;startSize=30;container=1;collapsible=1;childLayout=tableLayout;fixedRows=1;rowLines=0;fontStyle=1;align=center;resizeLast=1;html=1;" value="Tag_Title" vertex="1">
+           <mxGeometry height="120" width="180" x="310" y="520" as="geometry" />
+         </mxCell>
+         <mxCell id="jYiKfdRUw1l_-2MJucJx-108" parent="jYiKfdRUw1l_-2MJucJx-107" style="shape=tableRow;horizontal=0;startSize=0;swimlaneHead=0;swimlaneBody=0;fillColor=none;collapsible=0;dropTarget=0;points=[[0,0.5],[1,0.5]];portConstraint=eastwest;top=0;left=0;right=0;bottom=1;" value="" vertex="1">
+           <mxGeometry height="30" width="180" y="30" as="geometry" />
+         </mxCell>
+         <mxCell id="jYiKfdRUw1l_-2MJucJx-109" parent="jYiKfdRUw1l_-2MJucJx-108" style="shape=partialRectangle;connectable=0;fillColor=none;top=0;left=0;bottom=0;right=0;fontStyle=1;overflow=hidden;whiteSpace=wrap;html=1;" value="PK" vertex="1">
+           <mxGeometry height="30" width="30" as="geometry">
+             <mxRectangle height="30" width="30" as="alternateBounds" />
+           </mxGeometry>
+         </mxCell>
+         <mxCell id="jYiKfdRUw1l_-2MJucJx-110" parent="jYiKfdRUw1l_-2MJucJx-108" style="shape=partialRectangle;connectable=0;fillColor=none;top=0;left=0;bottom=0;right=0;align=left;spacingLeft=6;fontStyle=5;overflow=hidden;whiteSpace=wrap;html=1;" value="id" vertex="1">
+           <mxGeometry height="30" width="150" x="30" as="geometry">
+             <mxRectangle height="30" width="150" as="alternateBounds" />
+           </mxGeometry>
+         </mxCell>
+         <mxCell id="jYiKfdRUw1l_-2MJucJx-111" parent="jYiKfdRUw1l_-2MJucJx-107" style="shape=tableRow;horizontal=0;startSize=0;swimlaneHead=0;swimlaneBody=0;fillColor=none;collapsible=0;dropTarget=0;points=[[0,0.5],[1,0.5]];portConstraint=eastwest;top=0;left=0;right=0;bottom=0;" value="" vertex="1">
+           <mxGeometry height="30" width="180" y="60" as="geometry" />
+         </mxCell>
+         <mxCell id="jYiKfdRUw1l_-2MJucJx-112" parent="jYiKfdRUw1l_-2MJucJx-111" style="shape=partialRectangle;connectable=0;fillColor=none;top=0;left=0;bottom=0;right=0;editable=1;overflow=hidden;whiteSpace=wrap;html=1;" value="FK" vertex="1">
+           <mxGeometry height="30" width="30" as="geometry">
+             <mxRectangle height="30" width="30" as="alternateBounds" />
+           </mxGeometry>
+         </mxCell>
+         <mxCell id="jYiKfdRUw1l_-2MJucJx-113" parent="jYiKfdRUw1l_-2MJucJx-111" style="shape=partialRectangle;connectable=0;fillColor=none;top=0;left=0;bottom=0;right=0;align=left;spacingLeft=6;overflow=hidden;whiteSpace=wrap;html=1;" value="title_id" vertex="1">
+           <mxGeometry height="30" width="150" x="30" as="geometry">
+             <mxRectangle height="30" width="150" as="alternateBounds" />
+           </mxGeometry>
+         </mxCell>
+         <mxCell id="jYiKfdRUw1l_-2MJucJx-114" parent="jYiKfdRUw1l_-2MJucJx-107" style="shape=tableRow;horizontal=0;startSize=0;swimlaneHead=0;swimlaneBody=0;fillColor=none;collapsible=0;dropTarget=0;points=[[0,0.5],[1,0.5]];portConstraint=eastwest;top=0;left=0;right=0;bottom=0;" value="" vertex="1">
+           <mxGeometry height="30" width="180" y="90" as="geometry" />
+         </mxCell>
+         <mxCell id="jYiKfdRUw1l_-2MJucJx-115" parent="jYiKfdRUw1l_-2MJucJx-114" style="shape=partialRectangle;connectable=0;fillColor=none;top=0;left=0;bottom=0;right=0;editable=1;overflow=hidden;whiteSpace=wrap;html=1;" value="FK" vertex="1">
+           <mxGeometry height="30" width="30" as="geometry">
+             <mxRectangle height="30" width="30" as="alternateBounds" />
+           </mxGeometry>
+         </mxCell>
+         <mxCell id="jYiKfdRUw1l_-2MJucJx-116" parent="jYiKfdRUw1l_-2MJucJx-114" style="shape=partialRectangle;connectable=0;fillColor=none;top=0;left=0;bottom=0;right=0;align=left;spacingLeft=6;overflow=hidden;whiteSpace=wrap;html=1;" value="tag_id" vertex="1">
          <mxGeometry height="30" width="150" x="30" as="geometry">
            <mxRectangle height="30" width="150" as="alternateBounds" />
          </mxGeometry>
        </mxCell>
      </root>
    </mxGraphModel>
  </diagram>
</mxfile>
